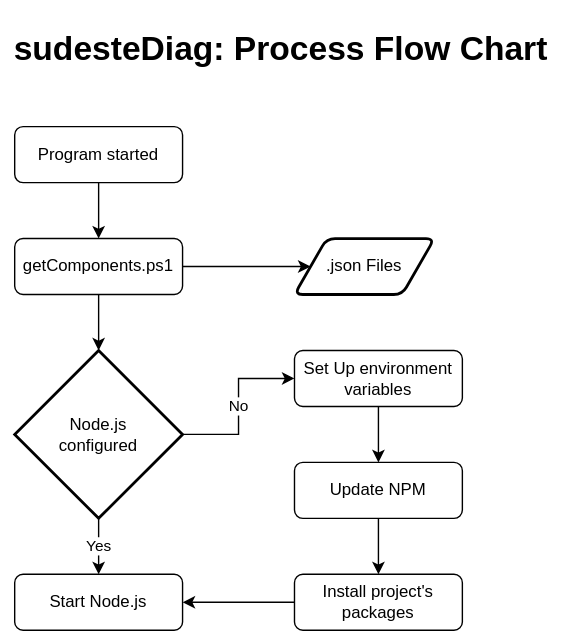
The draw.io diagram sudesteDiagFlow.svg in facu8990/sudesteDiag, before a commit. Source tidied: cells renumbered, new cells last; positions are measured from the earlier drawing's top-left corner, leaving out a move shared by most shapes.
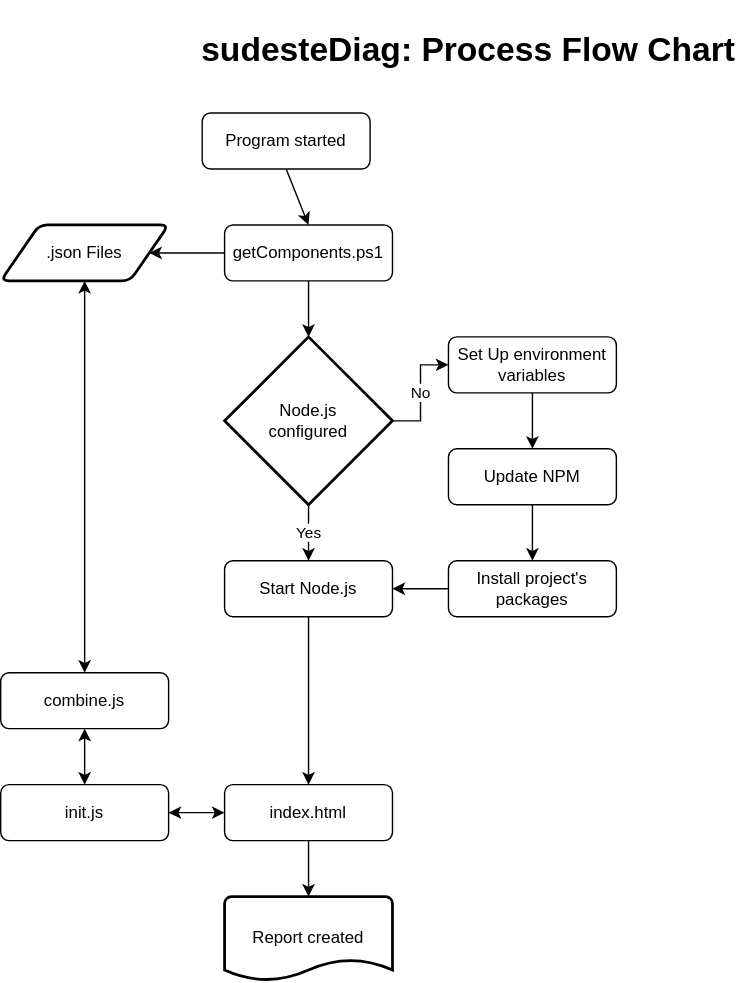
After the commit.

Diff of the diagram source:
```diff
@@ -2,65 +2,89 @@
   <root>
     <mxCell id="0" />
     <mxCell id="1" parent="0" />
-    <mxCell id="2" style="group;" parent="1" vertex="1">
-      <mxGeometry width="400" height="450" as="geometry" />
-    </mxCell>
+    <mxCell id="22" value="combine.js" style="rounded=1;whiteSpace=wrap;html=1;fontSize=12;glass=0;strokeWidth=1;shadow=0;" parent="1" vertex="1">
+      <mxGeometry x="-134" y="480" width="120" height="40" as="geometry" />
+    </mxCell>
-    <mxCell id="3" value="Program started" style="rounded=1;whiteSpace=wrap;html=1;fontSize=12;glass=0;strokeWidth=1;shadow=0;" parent="2" vertex="1">
-      <mxGeometry x="10" y="90" width="120" height="40" as="geometry" />
+    <mxCell id="3" value="Program started" style="rounded=1;whiteSpace=wrap;html=1;fontSize=12;glass=0;strokeWidth=1;shadow=0;" parent="1" vertex="1">
+      <mxGeometry x="10" y="80" width="120" height="40" as="geometry" />
     </mxCell>
-    <mxCell id="4" value="Start Node.js" style="rounded=1;whiteSpace=wrap;html=1;fontSize=12;glass=0;strokeWidth=1;shadow=0;" parent="2" vertex="1">
-      <mxGeometry x="10" y="410" width="120" height="40" as="geometry" />
+    <mxCell id="4" value="Start Node.js" style="rounded=1;whiteSpace=wrap;html=1;fontSize=12;glass=0;strokeWidth=1;shadow=0;" parent="1" vertex="1">
+      <mxGeometry x="26" y="400" width="120" height="40" as="geometry" />
     </mxCell>
-    <mxCell id="5" value="Update NPM" style="rounded=1;whiteSpace=wrap;html=1;fontSize=12;glass=0;strokeWidth=1;shadow=0;" parent="2" vertex="1">
-      <mxGeometry x="210" y="330" width="120" height="40" as="geometry" />
+    <mxCell id="5" value="Update NPM" style="rounded=1;whiteSpace=wrap;html=1;fontSize=12;glass=0;strokeWidth=1;shadow=0;" parent="1" vertex="1">
+      <mxGeometry x="186" y="320" width="120" height="40" as="geometry" />
     </mxCell>
-    <mxCell id="6" value="Set Up environment variables" style="rounded=1;whiteSpace=wrap;html=1;fontSize=12;glass=0;strokeWidth=1;shadow=0;" parent="2" vertex="1">
-      <mxGeometry x="210" y="250" width="120" height="40" as="geometry" />
+    <mxCell id="6" value="Set Up environment variables" style="rounded=1;whiteSpace=wrap;html=1;fontSize=12;glass=0;strokeWidth=1;shadow=0;" parent="1" vertex="1">
+      <mxGeometry x="186" y="240" width="120" height="40" as="geometry" />
     </mxCell>
-    <mxCell id="7" value="&lt;h1&gt;sudesteDiag: Process Flow Chart&lt;/h1&gt;" style="text;html=1;align=center;verticalAlign=middle;strokeColor=none;fillColor=none;" parent="2" vertex="1">
+    <mxCell id="7" value="&lt;h1&gt;sudesteDiag: Process Flow Chart&lt;/h1&gt;" style="text;html=1;align=center;verticalAlign=middle;strokeColor=none;fillColor=none;" parent="1" vertex="1">
       <mxGeometry width="400" height="70" as="geometry" />
     </mxCell>
-    <mxCell id="8" value="getComponents.ps1" style="rounded=1;whiteSpace=wrap;html=1;" parent="2" vertex="1">
-      <mxGeometry x="10" y="170" width="120" height="40" as="geometry" />
+    <mxCell id="8" value="getComponents.ps1" style="rounded=1;whiteSpace=wrap;html=1;" parent="1" vertex="1">
+      <mxGeometry x="26" y="160" width="120" height="40" as="geometry" />
     </mxCell>
-    <mxCell id="9" value=".json Files" style="shape=parallelogram;html=1;strokeWidth=2;perimeter=parallelogramPerimeter;whiteSpace=wrap;rounded=1;arcSize=12;size=0.23;" parent="2" vertex="1">
-      <mxGeometry x="210" y="170" width="100" height="40" as="geometry" />
+    <mxCell id="9" value=".json Files" style="shape=parallelogram;html=1;strokeWidth=2;perimeter=parallelogramPerimeter;whiteSpace=wrap;rounded=1;arcSize=12;size=0.23;" parent="1" vertex="1">
+      <mxGeometry x="-134" y="160" width="120" height="40" as="geometry" />
     </mxCell>
-    <mxCell id="10" style="endArrow=classic;html=1;rounded=0;exitX=1;exitY=0.5;exitDx=0;exitDy=0;entryX=0;entryY=0.5;entryDx=0;entryDy=0;" parent="2" edge="1" source="8" target="9">
+    <mxCell id="10" style="endArrow=classic;html=1;rounded=0;exitX=0;exitY=0.5;exitDx=0;exitDy=0;entryX=1;entryY=0.5;entryDx=0;entryDy=0;" parent="1" edge="1" source="8" target="9">
       <mxGeometry relative="1" as="geometry" />
     </mxCell>
-    <mxCell id="11" value="Node.js&lt;br&gt;configured" style="strokeWidth=2;html=1;shape=mxgraph.flowchart.decision;whiteSpace=wrap;" parent="2" vertex="1">
-      <mxGeometry x="10" y="250" width="120" height="120" as="geometry" />
+    <mxCell id="11" value="Node.js&lt;br&gt;configured" style="strokeWidth=2;html=1;shape=mxgraph.flowchart.decision;whiteSpace=wrap;" parent="1" vertex="1">
+      <mxGeometry x="26" y="240" width="120" height="120" as="geometry" />
     </mxCell>
-    <mxCell id="12" style="endArrow=classic;html=1;rounded=0;exitX=1;exitY=0.5;exitDx=0;exitDy=0;exitPerimeter=0;entryX=0;entryY=0.5;entryDx=0;entryDy=0;edgeStyle=orthogonalEdgeStyle;" parent="2" edge="1" source="11" target="6">
+    <mxCell id="12" style="endArrow=classic;html=1;rounded=0;exitX=1;exitY=0.5;exitDx=0;exitDy=0;exitPerimeter=0;entryX=0;entryY=0.5;entryDx=0;entryDy=0;edgeStyle=orthogonalEdgeStyle;" parent="1" edge="1" source="11" target="6">
       <mxGeometry x="-0.64" y="-26" relative="1" as="geometry" />
     </mxCell>
     <mxCell id="13" value="No" style="edgeLabel;html=1;align=center;verticalAlign=middle;" parent="12" vertex="1">
       <mxGeometry relative="1" as="geometry" />
     </mxCell>
-    <mxCell id="14" value="Install project's packages" style="rounded=1;whiteSpace=wrap;html=1;fontSize=12;glass=0;strokeWidth=1;shadow=0;" parent="2" vertex="1">
-      <mxGeometry x="210" y="410" width="120" height="40" as="geometry" />
+    <mxCell id="14" value="Install project's packages" style="rounded=1;whiteSpace=wrap;html=1;fontSize=12;glass=0;strokeWidth=1;shadow=0;" parent="1" vertex="1">
+      <mxGeometry x="186" y="400" width="120" height="40" as="geometry" />
     </mxCell>
-    <mxCell id="15" style="endArrow=classic;html=1;rounded=0;entryX=0.5;entryY=0;entryDx=0;entryDy=0;exitX=0.5;exitY=1;exitDx=0;exitDy=0;" parent="2" edge="1" source="6" target="5">
+    <mxCell id="15" style="endArrow=classic;html=1;rounded=0;entryX=0.5;entryY=0;entryDx=0;entryDy=0;exitX=0.5;exitY=1;exitDx=0;exitDy=0;" parent="1" edge="1" source="6" target="5">
       <mxGeometry relative="1" as="geometry" />
     </mxCell>
-    <mxCell id="16" style="endArrow=classic;html=1;rounded=0;entryX=0.5;entryY=0;entryDx=0;entryDy=0;exitX=0.5;exitY=1;exitDx=0;exitDy=0;" parent="2" edge="1" source="5" target="14">
+    <mxCell id="16" style="endArrow=classic;html=1;rounded=0;entryX=0.5;entryY=0;entryDx=0;entryDy=0;exitX=0.5;exitY=1;exitDx=0;exitDy=0;" parent="1" edge="1" source="5" target="14">
       <mxGeometry relative="1" as="geometry" />
     </mxCell>
-    <mxCell id="17" style="endArrow=classic;html=1;rounded=0;exitX=0.5;exitY=1;exitDx=0;exitDy=0;exitPerimeter=0;" parent="2" edge="1" source="11" target="4">
+    <mxCell id="17" style="endArrow=classic;html=1;rounded=0;exitX=0.5;exitY=1;exitDx=0;exitDy=0;exitPerimeter=0;" parent="1" edge="1" source="11" target="4">
       <mxGeometry relative="1" as="geometry" />
     </mxCell>
     <mxCell id="18" value="Yes" style="edgeLabel;html=1;align=center;verticalAlign=middle;" parent="17" vertex="1">
       <mxGeometry relative="1" as="geometry" />
     </mxCell>
-    <mxCell id="19" style="endArrow=classic;html=1;rounded=0;entryX=1;entryY=0.5;entryDx=0;entryDy=0;exitX=0;exitY=0.5;exitDx=0;exitDy=0;edgeStyle=orthogonalEdgeStyle;" parent="2" edge="1" source="14" target="4">
+    <mxCell id="19" style="endArrow=classic;html=1;rounded=0;entryX=1;entryY=0.5;entryDx=0;entryDy=0;exitX=0;exitY=0.5;exitDx=0;exitDy=0;edgeStyle=orthogonalEdgeStyle;" parent="1" edge="1" source="14" target="4">
       <mxGeometry relative="1" as="geometry" />
     </mxCell>
-    <mxCell id="20" style="endArrow=classic;html=1;rounded=0;exitX=0.5;exitY=1;exitDx=0;exitDy=0;entryX=0.5;entryY=0;entryDx=0;entryDy=0;" parent="2" edge="1" source="3" target="8">
+    <mxCell id="20" style="endArrow=classic;html=1;rounded=0;exitX=0.5;exitY=1;exitDx=0;exitDy=0;entryX=0.5;entryY=0;entryDx=0;entryDy=0;" parent="1" edge="1" source="3" target="8">
       <mxGeometry relative="1" as="geometry" />
     </mxCell>
-    <mxCell id="21" style="endArrow=classic;html=1;rounded=0;exitX=0.5;exitY=1;exitDx=0;exitDy=0;entryX=0.5;entryY=0;entryDx=0;entryDy=0;entryPerimeter=0;" parent="2" edge="1" source="8" target="11">
+    <mxCell id="21" style="endArrow=classic;html=1;rounded=0;exitX=0.5;exitY=1;exitDx=0;exitDy=0;entryX=0.5;entryY=0;entryDx=0;entryDy=0;entryPerimeter=0;" parent="1" edge="1" source="8" target="11">
       <mxGeometry relative="1" as="geometry" />
     </mxCell>
+    <mxCell id="23" value="init.js" style="rounded=1;whiteSpace=wrap;html=1;fontSize=12;glass=0;strokeWidth=1;shadow=0;" parent="1" vertex="1">
+      <mxGeometry x="-134" y="560" width="120" height="40" as="geometry" />
+    </mxCell>
+    <mxCell id="24" style="endArrow=classic;startArrow=classic;html=1;rounded=0;exitX=0.5;exitY=1;exitDx=0;exitDy=0;entryX=0.5;entryY=0;entryDx=0;entryDy=0;edgeStyle=orthogonalEdgeStyle;" parent="1" edge="1" source="9" target="22">
+      <mxGeometry relative="1" as="geometry" />
+    </mxCell>
+    <mxCell id="25" style="endArrow=classic;html=1;rounded=0;exitX=0.5;exitY=1;exitDx=0;exitDy=0;entryX=0.5;entryY=0;entryDx=0;entryDy=0;" parent="1" edge="1" source="4" target="26">
+      <mxGeometry relative="1" as="geometry" />
+    </mxCell>
+    <mxCell id="26" value="index.html" style="rounded=1;whiteSpace=wrap;html=1;fontSize=12;glass=0;strokeWidth=1;shadow=0;" parent="1" vertex="1">
+      <mxGeometry x="26" y="560" width="120" height="40" as="geometry" />
+    </mxCell>
+    <mxCell id="27" style="endArrow=classic;startArrow=classic;html=1;rounded=0;entryX=0.5;entryY=1;entryDx=0;entryDy=0;exitX=0.5;exitY=0;exitDx=0;exitDy=0;" parent="1" edge="1" source="23" target="22">
+      <mxGeometry relative="1" as="geometry" />
+    </mxCell>
+    <mxCell id="28" style="endArrow=classic;startArrow=classic;html=1;rounded=0;exitX=1;exitY=0.5;exitDx=0;exitDy=0;entryX=0;entryY=0.5;entryDx=0;entryDy=0;" parent="1" edge="1" source="23" target="26">
+      <mxGeometry relative="1" as="geometry" />
+    </mxCell>
+    <mxCell id="29" value="Report created" style="strokeWidth=2;html=1;shape=mxgraph.flowchart.document2;whiteSpace=wrap;size=0.25;" parent="1" vertex="1">
+      <mxGeometry x="26" y="640" width="120" height="60" as="geometry" />
+    </mxCell>
+    <mxCell id="30" style="endArrow=classic;html=1;rounded=0;exitX=0.5;exitY=1;exitDx=0;exitDy=0;entryX=0.5;entryY=0;entryDx=0;entryDy=0;entryPerimeter=0;" parent="1" edge="1" source="26" target="29">
+      <mxGeometry relative="1" as="geometry" />
+    </mxCell>
   </root>
 </mxGraphModel>
```
